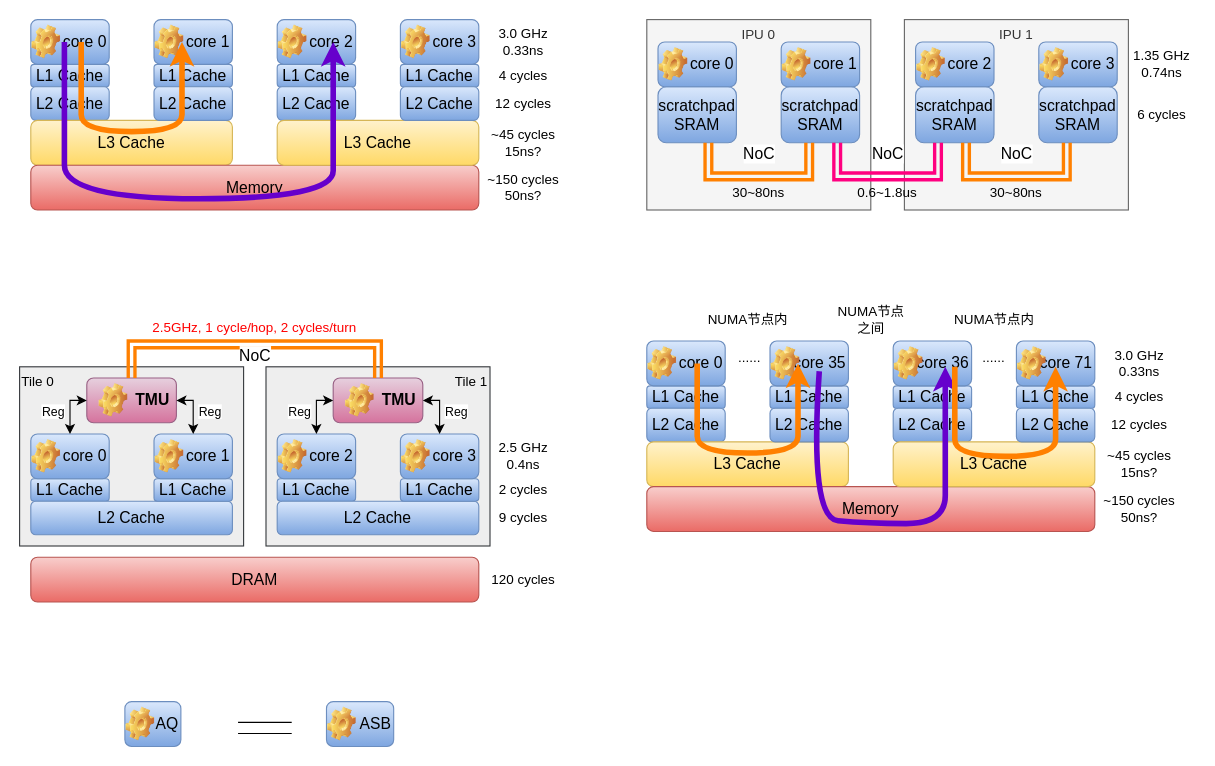
This is verilator_digrams/通信方案.drawio from Dercury/CLDK, a draw.io file, before an edit. Source tidied: cells renumbered, new cells numbered last; positions are measured from the earlier drawing's top-left corner, leaving out a move shared by most shapes. Both pictures are drawn from the tidied source at 112%, with x=0, y=0 at pixel (19, 19).
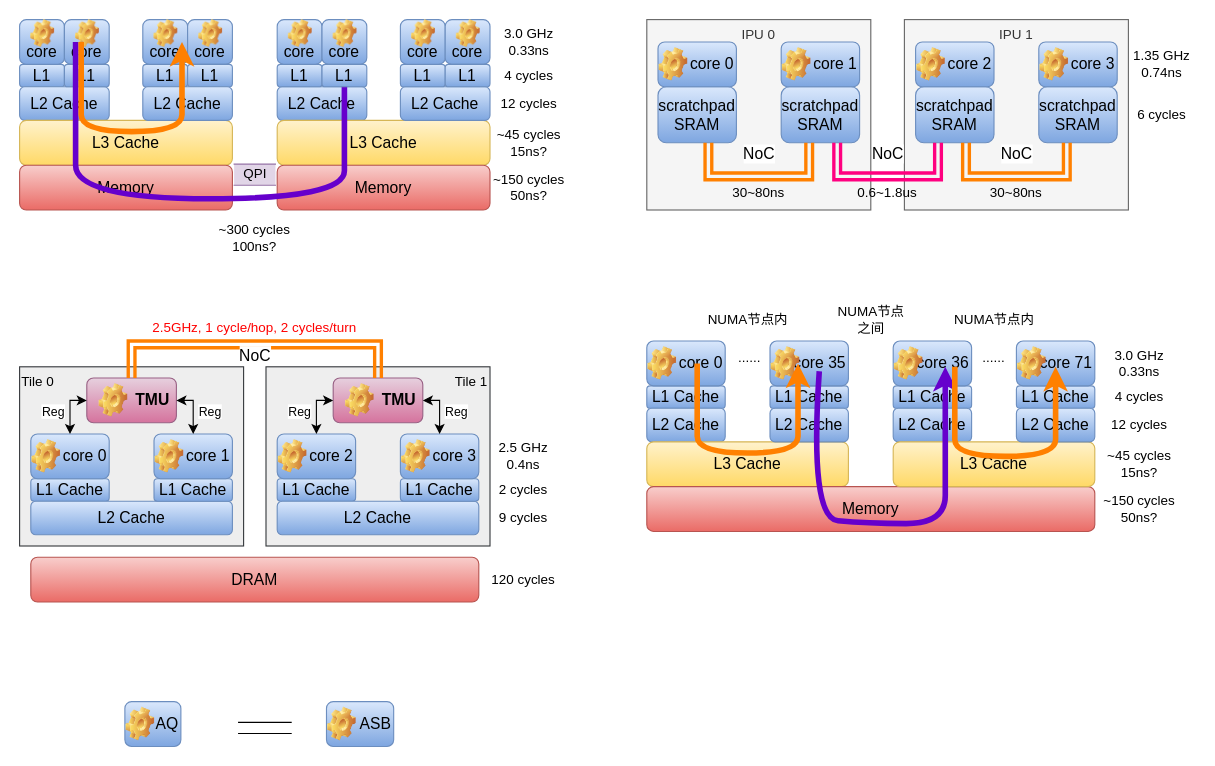
The same page after the edit.

Commit message (it also covers changes not shown here):
更新通信方案.drawio

Change to the diagram source:
```diff
@@
+    <mxCell id="141" value="L1" style="rounded=1;whiteSpace=wrap;html=1;fillColor=#dae8fc;gradientColor=#7ea6e0;strokeColor=#6c8ebf;fontSize=14;" parent="1" vertex="1">
+      <mxGeometry x="110" y="40" width="40" height="20" as="geometry" />
+    </mxCell>
+    <mxCell id="142" style="group;" parent="1" vertex="1">
+      <mxGeometry x="110" width="40" height="40" as="geometry" />
+    </mxCell>
+    <mxCell id="143" value="core" style="rounded=1;whiteSpace=wrap;html=1;fillColor=#dae8fc;gradientColor=#7ea6e0;strokeColor=#6c8ebf;fontSize=14;align=center;verticalAlign=bottom;" parent="142" vertex="1">
+      <mxGeometry width="40" height="40" as="geometry" />
+    </mxCell>
+    <mxCell id="144" style="shape=image;html=1;verticalLabelPosition=bottom;verticalAlign=top;imageAspect=1;image=img/clipart/Gear_128x128.png;" parent="142" vertex="1">
+      <mxGeometry x="10" width="21.3" height="25" as="geometry" />
+    </mxCell>
+    <mxCell id="145" style="group;" parent="1" vertex="1">
+      <mxGeometry x="150" width="40" height="40" as="geometry" />
+    </mxCell>
+    <mxCell id="146" value="core" style="rounded=1;whiteSpace=wrap;html=1;fillColor=#dae8fc;gradientColor=#7ea6e0;strokeColor=#6c8ebf;fontSize=14;align=center;verticalAlign=bottom;" parent="145" vertex="1">
+      <mxGeometry width="40" height="40" as="geometry" />
+    </mxCell>
+    <mxCell id="147" style="shape=image;html=1;verticalLabelPosition=bottom;verticalAlign=top;imageAspect=1;image=img/clipart/Gear_128x128.png;" parent="145" vertex="1">
+      <mxGeometry x="10" width="21.3" height="25" as="geometry" />
+    </mxCell>
+    <mxCell id="148" value="L1" style="rounded=1;whiteSpace=wrap;html=1;fillColor=#dae8fc;gradientColor=#7ea6e0;strokeColor=#6c8ebf;fontSize=14;" parent="1" vertex="1">
+      <mxGeometry x="150" y="40" width="40" height="20" as="geometry" />
+    </mxCell>
@@
-    <mxCell id="6" value="L1 Cache" style="rounded=1;whiteSpace=wrap;html=1;fillColor=#dae8fc;gradientColor=#7ea6e0;strokeColor=#6c8ebf;fontSize=14;" parent="1" vertex="1">
-      <mxGeometry x="10" y="40" width="70" height="20" as="geometry" />
+    <mxCell id="6" value="L1" style="rounded=1;whiteSpace=wrap;html=1;fillColor=#dae8fc;gradientColor=#7ea6e0;strokeColor=#6c8ebf;fontSize=14;" parent="1" vertex="1">
+      <mxGeometry y="40" width="40" height="20" as="geometry" />
     </mxCell>
     <mxCell id="7" value="L2 Cache" style="rounded=1;whiteSpace=wrap;html=1;fillColor=#dae8fc;gradientColor=#7ea6e0;strokeColor=#6c8ebf;fontSize=14;" parent="1" vertex="1">
-      <mxGeometry x="10" y="60" width="70" height="30" as="geometry" />
+      <mxGeometry y="60" width="80" height="30" as="geometry" />
     </mxCell>
     <mxCell id="8" value="L3 Cache" style="rounded=1;whiteSpace=wrap;html=1;fontSize=14;fillColor=#fff2cc;gradientColor=#ffd966;strokeColor=#d6b656;" parent="1" vertex="1">
-      <mxGeometry x="10" y="90" width="180" height="40" as="geometry" />
+      <mxGeometry y="90" width="190" height="40" as="geometry" />
     </mxCell>
-    <mxCell id="9" value="L1 Cache" style="rounded=1;whiteSpace=wrap;html=1;fillColor=#dae8fc;gradientColor=#7ea6e0;strokeColor=#6c8ebf;fontSize=14;" parent="1" vertex="1">
-      <mxGeometry x="120" y="40" width="70" height="20" as="geometry" />
-    </mxCell>
     <mxCell id="10" value="L2 Cache" style="rounded=1;whiteSpace=wrap;html=1;fillColor=#dae8fc;gradientColor=#7ea6e0;strokeColor=#6c8ebf;fontSize=14;" parent="1" vertex="1">
-      <mxGeometry x="120" y="60" width="70" height="30" as="geometry" />
+      <mxGeometry x="110" y="60" width="80" height="30" as="geometry" />
     </mxCell>
-    <mxCell id="11" value="Memory" style="rounded=1;whiteSpace=wrap;html=1;fontSize=14;fillColor=#f8cecc;gradientColor=#ea6b66;strokeColor=#b85450;" parent="1" vertex="1">
-      <mxGeometry x="10" y="130" width="400" height="40" as="geometry" />
-    </mxCell>
-    <mxCell id="12" value="L1 Cache" style="rounded=1;whiteSpace=wrap;html=1;fillColor=#dae8fc;gradientColor=#7ea6e0;strokeColor=#6c8ebf;fontSize=14;" parent="1" vertex="1">
-      <mxGeometry x="230" y="40" width="70" height="20" as="geometry" />
-    </mxCell>
     <mxCell id="13" value="L2 Cache" style="rounded=1;whiteSpace=wrap;html=1;fillColor=#dae8fc;gradientColor=#7ea6e0;strokeColor=#6c8ebf;fontSize=14;" parent="1" vertex="1">
-      <mxGeometry x="230" y="60" width="70" height="30" as="geometry" />
+      <mxGeometry x="230" y="60" width="80" height="30" as="geometry" />
     </mxCell>
     <mxCell id="14" value="L3 Cache" style="rounded=1;whiteSpace=wrap;html=1;fontSize=14;fillColor=#fff2cc;gradientColor=#ffd966;strokeColor=#d6b656;" parent="1" vertex="1">
-      <mxGeometry x="230" y="90" width="180" height="40" as="geometry" />
+      <mxGeometry x="230" y="90" width="190" height="40" as="geometry" />
     </mxCell>
-    <mxCell id="15" value="L1 Cache" style="rounded=1;whiteSpace=wrap;html=1;fillColor=#dae8fc;gradientColor=#7ea6e0;strokeColor=#6c8ebf;fontSize=14;" parent="1" vertex="1">
-      <mxGeometry x="340" y="40" width="70" height="20" as="geometry" />
-    </mxCell>
     <mxCell id="16" value="L2 Cache" style="rounded=1;whiteSpace=wrap;html=1;fillColor=#dae8fc;gradientColor=#7ea6e0;strokeColor=#6c8ebf;fontSize=14;" parent="1" vertex="1">
-      <mxGeometry x="340" y="60" width="70" height="30" as="geometry" />
+      <mxGeometry x="340" y="60" width="80" height="30" as="geometry" />
     </mxCell>
@@
-    <mxCell id="22" style="group;" parent="1" vertex="1">
-      <mxGeometry x="10" width="70" height="40" as="geometry" />
-    </mxCell>
-    <mxCell id="23" value="core 0" style="rounded=1;whiteSpace=wrap;html=1;fillColor=#dae8fc;gradientColor=#7ea6e0;strokeColor=#6c8ebf;fontSize=14;align=right;" parent="22" vertex="1">
-      <mxGeometry width="70" height="40" as="geometry" />
-    </mxCell>
-    <mxCell id="24" style="shape=image;html=1;verticalLabelPosition=bottom;verticalAlign=top;imageAspect=1;image=img/clipart/Gear_128x128.png;" parent="22" vertex="1">
-      <mxGeometry x="1" y="5" width="25.6" height="30" as="geometry" />
-    </mxCell>
-    <mxCell id="25" style="group;" parent="1" vertex="1">
-      <mxGeometry x="120" width="70" height="40" as="geometry" />
-    </mxCell>
-    <mxCell id="26" value="core 1" style="rounded=1;whiteSpace=wrap;html=1;fillColor=#dae8fc;gradientColor=#7ea6e0;strokeColor=#6c8ebf;fontSize=14;align=right;" parent="25" vertex="1">
-      <mxGeometry width="70" height="40" as="geometry" />
-    </mxCell>
-    <mxCell id="27" style="shape=image;html=1;verticalLabelPosition=bottom;verticalAlign=top;imageAspect=1;image=img/clipart/Gear_128x128.png;" parent="25" vertex="1">
-      <mxGeometry x="1" y="5" width="25.6" height="30" as="geometry" />
-    </mxCell>
-    <mxCell id="28" style="group;" parent="1" vertex="1">
-      <mxGeometry x="230" width="70" height="40" as="geometry" />
-    </mxCell>
-    <mxCell id="29" value="core 2" style="rounded=1;whiteSpace=wrap;html=1;fillColor=#dae8fc;gradientColor=#7ea6e0;strokeColor=#6c8ebf;fontSize=14;align=right;" parent="28" vertex="1">
-      <mxGeometry width="70" height="40" as="geometry" />
-    </mxCell>
-    <mxCell id="30" style="shape=image;html=1;verticalLabelPosition=bottom;verticalAlign=top;imageAspect=1;image=img/clipart/Gear_128x128.png;" parent="28" vertex="1">
-      <mxGeometry x="1" y="5" width="25.6" height="30" as="geometry" />
-    </mxCell>
-    <mxCell id="31" style="group;" parent="1" vertex="1">
-      <mxGeometry x="340" width="70" height="40" as="geometry" />
-    </mxCell>
-    <mxCell id="32" value="core 3" style="rounded=1;whiteSpace=wrap;html=1;fillColor=#dae8fc;gradientColor=#7ea6e0;strokeColor=#6c8ebf;fontSize=14;align=right;" parent="31" vertex="1">
-      <mxGeometry width="70" height="40" as="geometry" />
-    </mxCell>
-    <mxCell id="33" style="shape=image;html=1;verticalLabelPosition=bottom;verticalAlign=top;imageAspect=1;image=img/clipart/Gear_128x128.png;" parent="31" vertex="1">
-      <mxGeometry x="1" y="5" width="25.6" height="30" as="geometry" />
-    </mxCell>
-    <mxCell id="34" style="curved=1;endArrow=classic;html=1;rounded=0;strokeColor=#FF8000;strokeWidth=5;" parent="1" edge="1">
-      <mxGeometry relative="1" as="geometry">
-        <mxPoint x="55" y="20" as="sourcePoint" />
-        <mxPoint x="145" y="20" as="targetPoint" />
-        <Array as="points">
-          <mxPoint x="55" y="70" />
-          <mxPoint x="55" y="100" />
-          <mxPoint x="145" y="100" />
-          <mxPoint x="145" y="70" />
-        </Array>
-      </mxGeometry>
-    </mxCell>
-    <mxCell id="35" style="curved=1;endArrow=classic;html=1;rounded=0;strokeColor=#6600CC;strokeWidth=5;" parent="1" edge="1">
-      <mxGeometry relative="1" as="geometry">
-        <mxPoint x="40" y="20" as="sourcePoint" />
-        <mxPoint x="280" y="20" as="targetPoint" />
-        <Array as="points">
-          <mxPoint x="40" y="100" />
-          <mxPoint x="40" y="160" />
-          <mxPoint x="280" y="160" />
-          <mxPoint x="280" y="110" />
-        </Array>
-      </mxGeometry>
-    </mxCell>
@@
     <mxCell id="57" value="4 cycles" style="text;html=1;align=center;verticalAlign=middle;whiteSpace=wrap;rounded=0;" parent="1" vertex="1">
-      <mxGeometry x="420" y="35" width="60" height="30" as="geometry" />
+      <mxGeometry x="425" y="35" width="60" height="30" as="geometry" />
     </mxCell>
     <mxCell id="58" value="12 cycles" style="text;html=1;align=center;verticalAlign=middle;whiteSpace=wrap;rounded=0;" parent="1" vertex="1">
-      <mxGeometry x="420" y="60" width="60" height="30" as="geometry" />
+      <mxGeometry x="425" y="60" width="60" height="30" as="geometry" />
     </mxCell>
     <mxCell id="59" value="~45 cycles&lt;div&gt;15ns?&lt;/div&gt;" style="text;html=1;align=center;verticalAlign=middle;whiteSpace=wrap;rounded=0;" parent="1" vertex="1">
-      <mxGeometry x="420" y="95" width="60" height="30" as="geometry" />
+      <mxGeometry x="425" y="95" width="60" height="30" as="geometry" />
     </mxCell>
     <mxCell id="60" value="&lt;div&gt;~150 cycles&lt;/div&gt;&lt;div&gt;50ns?&lt;/div&gt;" style="text;html=1;align=center;verticalAlign=middle;whiteSpace=wrap;rounded=0;" parent="1" vertex="1">
-      <mxGeometry x="415" y="135" width="70" height="30" as="geometry" />
+      <mxGeometry x="420" y="135" width="70" height="30" as="geometry" />
     </mxCell>
     <mxCell id="61" value="3.0 GHz&lt;div&gt;0.33ns&lt;/div&gt;" style="text;html=1;align=center;verticalAlign=middle;whiteSpace=wrap;rounded=0;" parent="1" vertex="1">
-      <mxGeometry x="420" y="5" width="60" height="30" as="geometry" />
+      <mxGeometry x="425" y="5" width="60" height="30" as="geometry" />
     </mxCell>
@@
+    <mxCell id="149" value="Memory" style="rounded=1;whiteSpace=wrap;html=1;fontSize=14;fillColor=#f8cecc;gradientColor=#ea6b66;strokeColor=#b85450;" parent="1" vertex="1">
+      <mxGeometry y="130" width="190" height="40" as="geometry" />
+    </mxCell>
+    <mxCell id="150" value="Memory" style="rounded=1;whiteSpace=wrap;html=1;fontSize=14;fillColor=#f8cecc;gradientColor=#ea6b66;strokeColor=#b85450;" parent="1" vertex="1">
+      <mxGeometry x="230" y="130" width="190" height="40" as="geometry" />
+    </mxCell>
+    <mxCell id="151" value="QPI" style="shape=partialRectangle;whiteSpace=wrap;html=1;top=0;bottom=0;fillColor=#e1d5e7;rotation=90;horizontal=0;strokeColor=#9673a6;" parent="1" vertex="1">
+      <mxGeometry x="200.6" y="120" width="18.8" height="36.9" as="geometry" />
+    </mxCell>
+    <mxCell id="152" value="&lt;div&gt;~300 cycles&lt;/div&gt;&lt;div&gt;100ns?&lt;/div&gt;" style="text;html=1;align=center;verticalAlign=middle;whiteSpace=wrap;rounded=0;" parent="1" vertex="1">
+      <mxGeometry x="175" y="180" width="70" height="30" as="geometry" />
+    </mxCell>
+    <mxCell id="153" style="group;" parent="1" vertex="1">
+      <mxGeometry width="40" height="40" as="geometry" />
+    </mxCell>
+    <mxCell id="154" value="core" style="rounded=1;whiteSpace=wrap;html=1;fillColor=#dae8fc;gradientColor=#7ea6e0;strokeColor=#6c8ebf;fontSize=14;align=center;verticalAlign=bottom;" parent="153" vertex="1">
+      <mxGeometry width="40" height="40" as="geometry" />
+    </mxCell>
+    <mxCell id="155" style="shape=image;html=1;verticalLabelPosition=bottom;verticalAlign=top;imageAspect=1;image=img/clipart/Gear_128x128.png;" parent="153" vertex="1">
+      <mxGeometry x="10" width="21.3" height="25" as="geometry" />
+    </mxCell>
+    <mxCell id="156" style="group;" parent="1" vertex="1">
+      <mxGeometry x="40" width="40" height="40" as="geometry" />
+    </mxCell>
+    <mxCell id="157" value="core" style="rounded=1;whiteSpace=wrap;html=1;fillColor=#dae8fc;gradientColor=#7ea6e0;strokeColor=#6c8ebf;fontSize=14;align=center;verticalAlign=bottom;" parent="156" vertex="1">
+      <mxGeometry width="40" height="40" as="geometry" />
+    </mxCell>
+    <mxCell id="158" style="shape=image;html=1;verticalLabelPosition=bottom;verticalAlign=top;imageAspect=1;image=img/clipart/Gear_128x128.png;" parent="156" vertex="1">
+      <mxGeometry x="10" width="21.3" height="25" as="geometry" />
+    </mxCell>
+    <mxCell id="159" value="L1" style="rounded=1;whiteSpace=wrap;html=1;fillColor=#dae8fc;gradientColor=#7ea6e0;strokeColor=#6c8ebf;fontSize=14;" parent="1" vertex="1">
+      <mxGeometry x="40" y="40" width="40" height="20" as="geometry" />
+    </mxCell>
+    <mxCell id="35" style="curved=1;endArrow=classic;html=1;rounded=0;strokeColor=#6600CC;strokeWidth=5;" parent="1" edge="1">
+      <mxGeometry relative="1" as="geometry">
+        <mxPoint x="50" y="20" as="sourcePoint" />
+        <mxPoint x="290" y="20" as="targetPoint" />
+        <Array as="points">
+          <mxPoint x="50" y="100" />
+          <mxPoint x="50" y="160" />
+          <mxPoint x="290" y="160" />
+          <mxPoint x="290" y="110" />
+        </Array>
+      </mxGeometry>
+    </mxCell>
+    <mxCell id="34" style="curved=1;endArrow=classic;html=1;rounded=0;strokeColor=#FF8000;strokeWidth=5;" parent="1" edge="1">
+      <mxGeometry relative="1" as="geometry">
+        <mxPoint x="55" y="20" as="sourcePoint" />
+        <mxPoint x="145" y="20" as="targetPoint" />
+        <Array as="points">
+          <mxPoint x="55" y="70" />
+          <mxPoint x="55" y="100" />
+          <mxPoint x="145" y="100" />
+          <mxPoint x="145" y="70" />
+        </Array>
+      </mxGeometry>
+    </mxCell>
+    <mxCell id="160" value="L1" style="rounded=1;whiteSpace=wrap;html=1;fillColor=#dae8fc;gradientColor=#7ea6e0;strokeColor=#6c8ebf;fontSize=14;" parent="1" vertex="1">
+      <mxGeometry x="230" y="40" width="40" height="20" as="geometry" />
+    </mxCell>
+    <mxCell id="161" style="group;" parent="1" vertex="1">
+      <mxGeometry x="230" width="40" height="40" as="geometry" />
+    </mxCell>
+    <mxCell id="162" value="core" style="rounded=1;whiteSpace=wrap;html=1;fillColor=#dae8fc;gradientColor=#7ea6e0;strokeColor=#6c8ebf;fontSize=14;align=center;verticalAlign=bottom;" parent="161" vertex="1">
+      <mxGeometry width="40" height="40" as="geometry" />
+    </mxCell>
+    <mxCell id="163" style="shape=image;html=1;verticalLabelPosition=bottom;verticalAlign=top;imageAspect=1;image=img/clipart/Gear_128x128.png;" parent="161" vertex="1">
+      <mxGeometry x="10" width="21.3" height="25" as="geometry" />
+    </mxCell>
+    <mxCell id="164" style="group;" parent="1" vertex="1">
+      <mxGeometry x="270" width="40" height="40" as="geometry" />
+    </mxCell>
+    <mxCell id="165" value="core" style="rounded=1;whiteSpace=wrap;html=1;fillColor=#dae8fc;gradientColor=#7ea6e0;strokeColor=#6c8ebf;fontSize=14;align=center;verticalAlign=bottom;" parent="164" vertex="1">
+      <mxGeometry width="40" height="40" as="geometry" />
+    </mxCell>
+    <mxCell id="166" style="shape=image;html=1;verticalLabelPosition=bottom;verticalAlign=top;imageAspect=1;image=img/clipart/Gear_128x128.png;" parent="164" vertex="1">
+      <mxGeometry x="10" width="21.3" height="25" as="geometry" />
+    </mxCell>
+    <mxCell id="167" value="L1" style="rounded=1;whiteSpace=wrap;html=1;fillColor=#dae8fc;gradientColor=#7ea6e0;strokeColor=#6c8ebf;fontSize=14;" parent="1" vertex="1">
+      <mxGeometry x="270" y="40" width="40" height="20" as="geometry" />
+    </mxCell>
+    <mxCell id="168" value="L1" style="rounded=1;whiteSpace=wrap;html=1;fillColor=#dae8fc;gradientColor=#7ea6e0;strokeColor=#6c8ebf;fontSize=14;" parent="1" vertex="1">
+      <mxGeometry x="340" y="40" width="40" height="20" as="geometry" />
+    </mxCell>
+    <mxCell id="169" style="group;" parent="1" vertex="1">
+      <mxGeometry x="340" width="40" height="40" as="geometry" />
+    </mxCell>
+    <mxCell id="170" value="core" style="rounded=1;whiteSpace=wrap;html=1;fillColor=#dae8fc;gradientColor=#7ea6e0;strokeColor=#6c8ebf;fontSize=14;align=center;verticalAlign=bottom;" parent="169" vertex="1">
+      <mxGeometry width="40" height="40" as="geometry" />
+    </mxCell>
+    <mxCell id="171" style="shape=image;html=1;verticalLabelPosition=bottom;verticalAlign=top;imageAspect=1;image=img/clipart/Gear_128x128.png;" parent="169" vertex="1">
+      <mxGeometry x="10" width="21.3" height="25" as="geometry" />
+    </mxCell>
+    <mxCell id="172" style="group;" parent="1" vertex="1">
+      <mxGeometry x="380" width="40" height="40" as="geometry" />
+    </mxCell>
+    <mxCell id="173" value="core" style="rounded=1;whiteSpace=wrap;html=1;fillColor=#dae8fc;gradientColor=#7ea6e0;strokeColor=#6c8ebf;fontSize=14;align=center;verticalAlign=bottom;" parent="172" vertex="1">
+      <mxGeometry width="40" height="40" as="geometry" />
+    </mxCell>
+    <mxCell id="174" style="shape=image;html=1;verticalLabelPosition=bottom;verticalAlign=top;imageAspect=1;image=img/clipart/Gear_128x128.png;" parent="172" vertex="1">
+      <mxGeometry x="10" width="21.3" height="25" as="geometry" />
+    </mxCell>
+    <mxCell id="175" value="L1" style="rounded=1;whiteSpace=wrap;html=1;fillColor=#dae8fc;gradientColor=#7ea6e0;strokeColor=#6c8ebf;fontSize=14;" parent="1" vertex="1">
+      <mxGeometry x="380" y="40" width="40" height="20" as="geometry" />
+    </mxCell>
```
